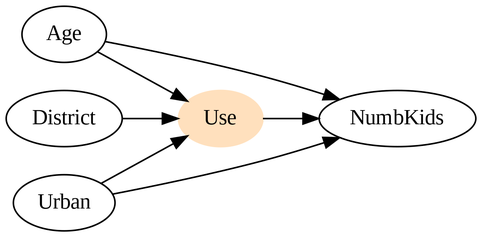
This is graphics/homework/dot_h07_q02.png from robitalec/statistical-rethinking-colearning-2022, a Graphviz export, as it was before one commit. Its source is kept beside it as graphics/homework/dot_h07_q02.dot.
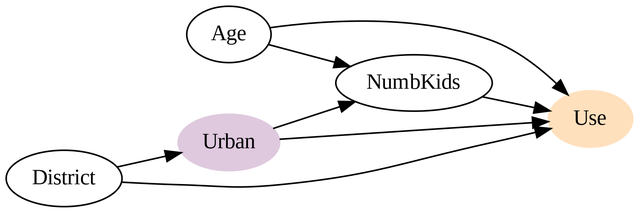
The same file after the commit.

What changed in the source:
```diff
@@ -2,12 +2,13 @@
 Age
 District
 NumbKids
-Urban
+Urban [style=filled; color="#dfc9de"]
 Use [style=filled; color="#ffe0bd"]
 Age -> NumbKids
 Age -> Use
+District -> Urban
 District -> Use
+NumbKids -> Use
 Urban -> NumbKids
 Urban -> Use
-Use -> NumbKids
 rankdir=LR}
```
